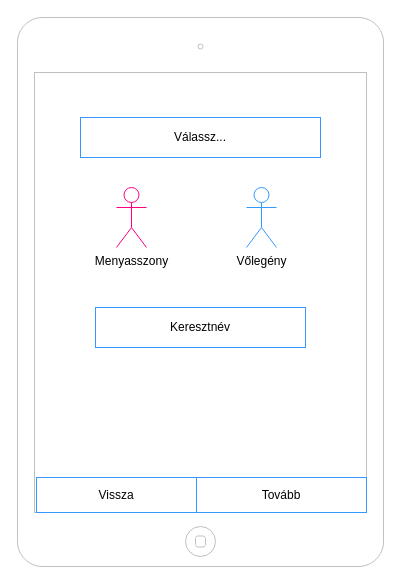
Above: survey.drawio in tschaba01/wireframe (draw.io), before the change. Source tidied: cells renumbered, new cells numbered last; positions are measured from the earlier drawing's top-left corner, leaving out a move shared by most shapes. Both pictures are drawn from the tidied source at 100%, with x=0, y=0 at pixel (17, 17).
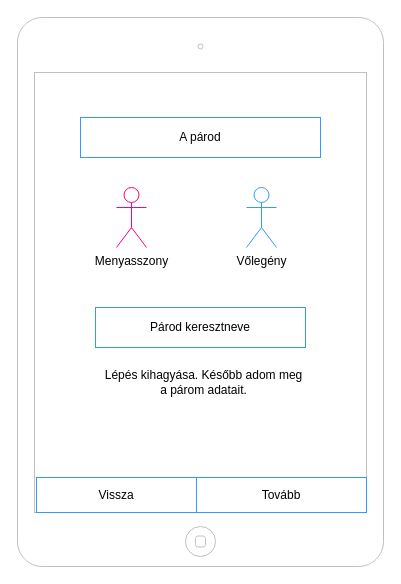
The same page after the edit.

What changed in the source:
```diff
@@
 <mxGraphModel>
   <root>
     <mxCell id="0" />
     <mxCell id="1" parent="0" />
     <mxCell id="2" style="html=1;verticalLabelPosition=bottom;labelBackgroundColor=#ffffff;verticalAlign=top;shadow=0;dashed=0;strokeWidth=1;shape=mxgraph.ios7.misc.ipad7inch;strokeColor=#c0c0c0;" parent="1" vertex="1">
       <mxGeometry width="366" height="549" as="geometry" />
     </mxCell>
     <mxCell id="3" value="Menyasszony" style="shape=umlActor;verticalLabelPosition=bottom;verticalAlign=top;html=1;strokeColor=#FF0080;" parent="1" vertex="1">
       <mxGeometry x="99" y="170" width="30" height="60" as="geometry" />
     </mxCell>
     <mxCell id="4" value="Vőlegény" style="shape=umlActor;verticalLabelPosition=bottom;verticalAlign=top;html=1;strokeColor=#3399FF;" parent="1" vertex="1">
       <mxGeometry x="229" y="170" width="30" height="60" as="geometry" />
     </mxCell>
-    <mxCell id="5" value="Keresztnév" style="rounded=0;whiteSpace=wrap;html=1;strokeColor=#3399FF;" parent="1" vertex="1">
+    <mxCell id="5" value="Párod keresztneve" style="rounded=0;whiteSpace=wrap;html=1;strokeColor=#3399FF;" parent="1" vertex="1">
       <mxGeometry x="78" y="290" width="210" height="40" as="geometry" />
     </mxCell>
-    <mxCell id="6" value="Válassz..." style="rounded=0;whiteSpace=wrap;html=1;strokeColor=#3399FF;" parent="1" vertex="1">
+    <mxCell id="6" value="A párod" style="rounded=0;whiteSpace=wrap;html=1;strokeColor=#3399FF;" parent="1" vertex="1">
       <mxGeometry x="63" y="100" width="240" height="40" as="geometry" />
     </mxCell>
     <mxCell id="7" value="Tovább" style="rounded=0;whiteSpace=wrap;html=1;strokeColor=#3399FF;" parent="1" vertex="1">
       <mxGeometry x="179" y="460" width="170" height="35" as="geometry" />
     </mxCell>
     <mxCell id="8" value="Vissza" style="rounded=0;whiteSpace=wrap;html=1;strokeColor=#3399FF;" parent="1" vertex="1">
       <mxGeometry x="19" y="460" width="160" height="35" as="geometry" />
     </mxCell>
+    <mxCell id="9" value="Lépés kihagyása. Később adom meg a párom adatait." style="text;html=1;strokeColor=none;fillColor=none;align=center;verticalAlign=middle;whiteSpace=wrap;rounded=0;" parent="1" vertex="1">
+      <mxGeometry x="84" y="350" width="205" height="30" as="geometry" />
+    </mxCell>
   </root>
 </mxGraphModel>
```
